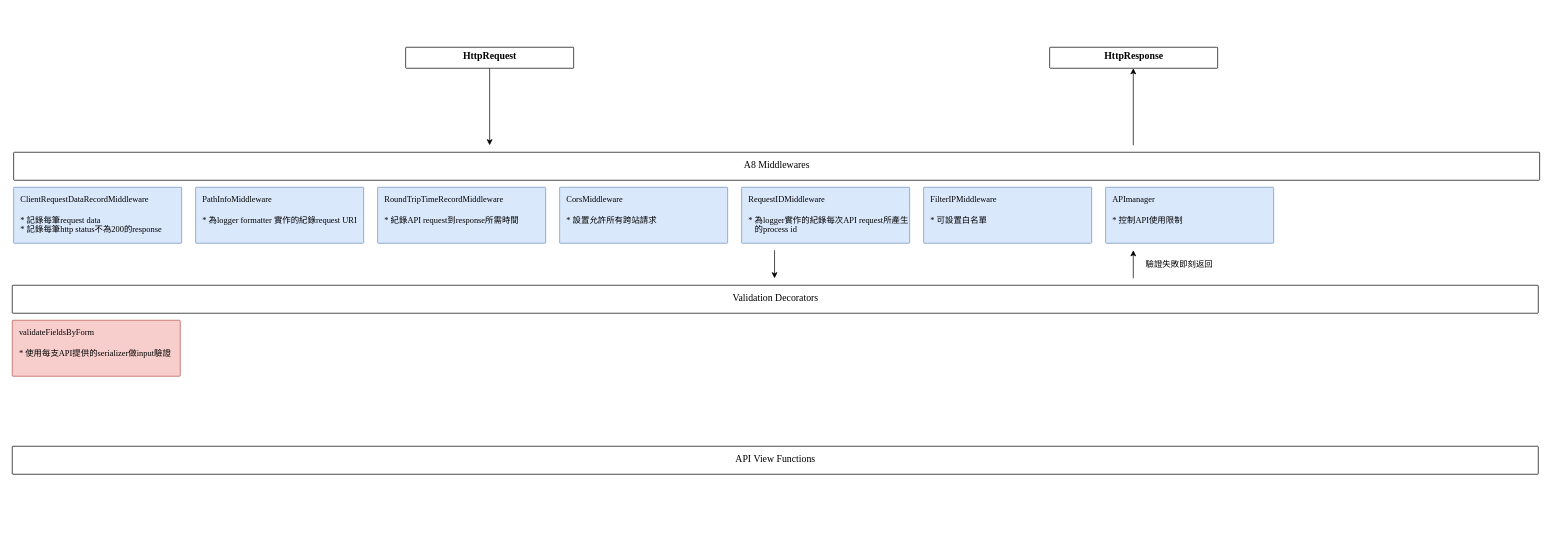
Before: page "Page-1" (1 of 2) of A8 Diagram.drawio in arthurhung/A8_diagram, a draw.io diagram. Source tidied: cells renumbered, new cells numbered last; positions are measured from the earlier drawing's top-left corner, leaving out a move shared by most shapes. Both pictures are drawn from the tidied source at 70%, with x=0, y=0 at pixel (12, 47).
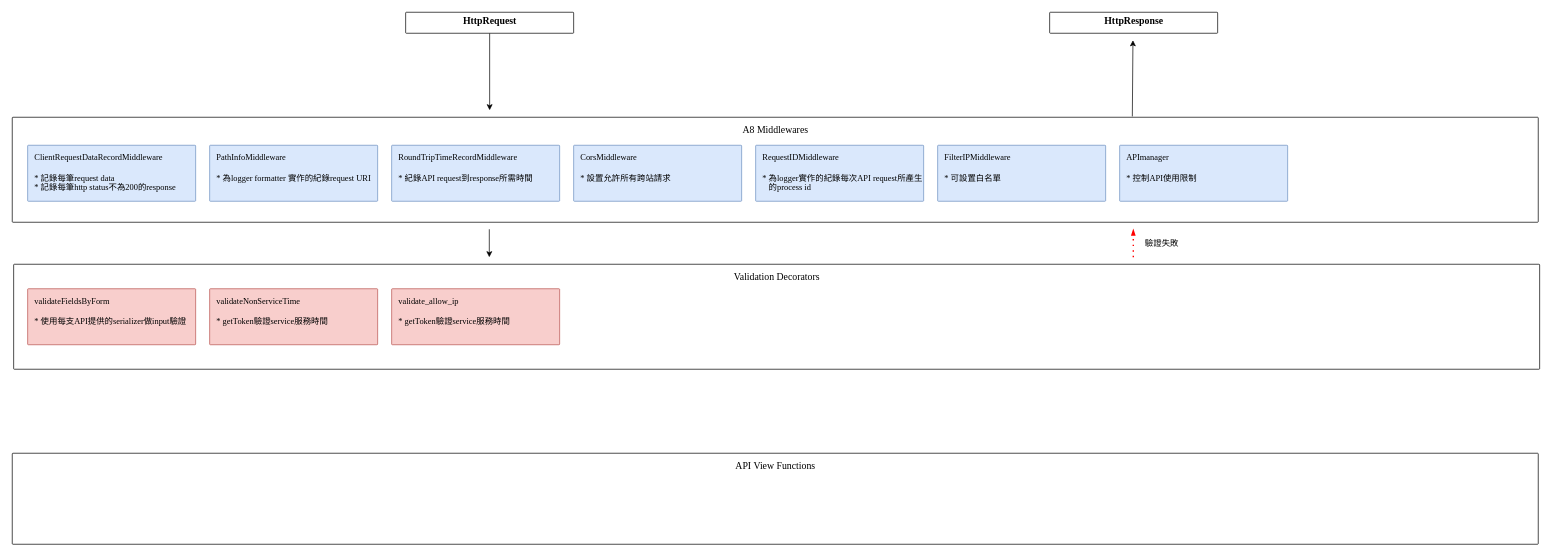
The same page after the edit.

Change to the diagram source:
```diff
@@
     <mxCell id="2" style="edgeStyle=none;rounded=0;jettySize=auto;html=1;" parent="1" edge="1" source="3">
       <mxGeometry relative="1" as="geometry">
-        <mxPoint x="682" y="140" as="targetPoint" />
+        <mxPoint x="682" y="90" as="targetPoint" />
       </mxGeometry>
     </mxCell>
     <mxCell id="3" value="&lt;div&gt;&lt;b style=&quot;font-family: &amp;#34;times new roman&amp;#34;&quot;&gt;&lt;font style=&quot;font-size: 14px&quot;&gt;HttpRequest&lt;/font&gt;&lt;/b&gt;&lt;/div&gt;" style="points=[[0,0,0],[0.25,0,0],[0.5,0,0],[0.75,0,0],[1,0,0],[1,0.25,0],[1,0.5,0],[1,0.75,0],[1,1,0],[0.75,1,0],[0.5,1,0],[0.25,1,0],[0,1,0],[0,0.75,0],[0,0.5,0],[0,0.25,0]];rounded=1;absoluteArcSize=1;arcSize=2;html=1;shadow=0;dashed=0;fontSize=12;align=center;verticalAlign=middle;spacing=10;spacingTop=-4;" parent="1" vertex="1">
-      <mxGeometry x="562" width="240" height="30" as="geometry" />
+      <mxGeometry x="562" y="-50" width="240" height="30" as="geometry" />
     </mxCell>
     <mxCell id="4" value="&lt;font&gt;&lt;font style=&quot;font-size: 14px&quot;&gt;A8 Middlewares&lt;/font&gt;&lt;br&gt;&lt;/font&gt;" style="points=[[0,0,0],[0.25,0,0],[0.5,0,0],[0.75,0,0],[1,0,0],[1,0.25,0],[1,0.5,0],[1,0.75,0],[1,1,0],[0.75,1,0],[0.5,1,0],[0.25,1,0],[0,1,0],[0,0.75,0],[0,0.5,0],[0,0.25,0]];rounded=1;absoluteArcSize=1;arcSize=2;html=1;shadow=0;dashed=0;fontSize=12;align=center;verticalAlign=top;spacing=10;spacingTop=-4;fontFamily=Times New Roman;" parent="1" vertex="1">
-      <mxGeometry x="2" y="150" width="2180" height="40" as="geometry" />
+      <mxGeometry y="100" width="2180" height="150" as="geometry" />
     </mxCell>
     <mxCell id="5" value="ClientRequestDataRecordMiddleware&lt;br&gt;&lt;br&gt;* 記錄每筆request data&lt;br&gt;* 記錄每筆http status不為200的response" style="rounded=1;absoluteArcSize=1;arcSize=2;html=1;shadow=0;dashed=0;fontSize=12;align=left;verticalAlign=top;spacing=10;spacingTop=-4;fillColor=#dae8fc;strokeColor=#6c8ebf;fontFamily=Times New Roman;" parent="1" vertex="1">
-      <mxGeometry x="2" y="200" width="240" height="80" as="geometry" />
+      <mxGeometry x="22" y="140" width="240" height="80" as="geometry" />
     </mxCell>
-    <mxCell id="6" style="edgeStyle=none;rounded=0;orthogonalLoop=1;jettySize=auto;html=1;" parent="1" edge="1">
+    <mxCell id="6" style="edgeStyle=none;rounded=0;jettySize=auto;html=1;exitX=0.734;exitY=-0.008;exitDx=0;exitDy=0;exitPerimeter=0;" parent="1" edge="1" source="4">
       <mxGeometry relative="1" as="geometry">
-        <mxPoint x="1601.5" y="140" as="sourcePoint" />
-        <mxPoint x="1601.5" y="30" as="targetPoint" />
+        <mxPoint x="1601" y="-10" as="targetPoint" />
       </mxGeometry>
     </mxCell>
     <mxCell id="7" value="&lt;div&gt;&lt;b style=&quot;font-family: &amp;#34;times new roman&amp;#34;&quot;&gt;&lt;font style=&quot;font-size: 14px&quot;&gt;HttpResponse&lt;/font&gt;&lt;/b&gt;&lt;/div&gt;" style="rounded=1;absoluteArcSize=1;arcSize=2;html=1;shadow=0;dashed=0;fontSize=12;align=center;verticalAlign=middle;spacing=10;spacingTop=-4;" parent="1" vertex="1">
-      <mxGeometry x="1482" width="240" height="30" as="geometry" />
+      <mxGeometry x="1482" y="-50" width="240" height="30" as="geometry" />
     </mxCell>
     <mxCell id="8" value="PathInfoMiddleware&lt;br&gt;&lt;br&gt;* 為logger formatter 實作的紀錄request URI" style="rounded=1;absoluteArcSize=1;arcSize=2;html=1;shadow=0;dashed=0;fontSize=12;align=left;verticalAlign=top;spacing=10;spacingTop=-4;fillColor=#dae8fc;strokeColor=#6c8ebf;fontFamily=Times New Roman;" parent="1" vertex="1">
-      <mxGeometry x="262" y="200" width="240" height="80" as="geometry" />
+      <mxGeometry x="282" y="140" width="240" height="80" as="geometry" />
     </mxCell>
     <mxCell id="9" value="RoundTripTimeRecordMiddleware&lt;br&gt;&lt;br&gt;* 紀錄API request到response所需時間" style="rounded=1;absoluteArcSize=1;arcSize=2;html=1;shadow=0;dashed=0;fontSize=12;align=left;verticalAlign=top;spacing=10;spacingTop=-4;fillColor=#dae8fc;strokeColor=#6c8ebf;fontFamily=Times New Roman;" parent="1" vertex="1">
-      <mxGeometry x="522" y="200" width="240" height="80" as="geometry" />
+      <mxGeometry x="542" y="140" width="240" height="80" as="geometry" />
     </mxCell>
     <mxCell id="10" value="CorsMiddleware&lt;br&gt;&lt;br&gt;* 設置允許所有跨站請求" style="rounded=1;absoluteArcSize=1;arcSize=2;html=1;shadow=0;dashed=0;fontSize=12;align=left;verticalAlign=top;spacing=10;spacingTop=-4;fillColor=#dae8fc;strokeColor=#6c8ebf;fontFamily=Times New Roman;" parent="1" vertex="1">
-      <mxGeometry x="782" y="200" width="240" height="80" as="geometry" />
+      <mxGeometry x="802" y="140" width="240" height="80" as="geometry" />
     </mxCell>
     <mxCell id="11" value="RequestIDMiddleware&lt;br&gt;&lt;br&gt;* 為logger實作的紀錄每次API request所產生&lt;br&gt;&amp;nbsp; &amp;nbsp;的process id" style="rounded=1;absoluteArcSize=1;arcSize=2;html=1;shadow=0;dashed=0;fontSize=12;align=left;verticalAlign=top;spacing=10;spacingTop=-4;fillColor=#dae8fc;strokeColor=#6c8ebf;fontFamily=Times New Roman;" parent="1" vertex="1">
-      <mxGeometry x="1042" y="200" width="240" height="80" as="geometry" />
+      <mxGeometry x="1062" y="140" width="240" height="80" as="geometry" />
     </mxCell>
     <mxCell id="12" value="FilterIPMiddleware&lt;br&gt;&lt;br&gt;* 可設置白名單" style="rounded=1;absoluteArcSize=1;arcSize=2;html=1;shadow=0;dashed=0;fontSize=12;align=left;verticalAlign=top;spacing=10;spacingTop=-4;fillColor=#dae8fc;strokeColor=#6c8ebf;fontFamily=Times New Roman;" parent="1" vertex="1">
-      <mxGeometry x="1302" y="200" width="240" height="80" as="geometry" />
+      <mxGeometry x="1322" y="140" width="240" height="80" as="geometry" />
     </mxCell>
     <mxCell id="13" value="APImanager&lt;br&gt;&lt;br&gt;* 控制API使用限制" style="rounded=1;absoluteArcSize=1;arcSize=2;html=1;shadow=0;dashed=0;fontSize=12;align=left;verticalAlign=top;spacing=10;spacingTop=-4;fillColor=#dae8fc;strokeColor=#6c8ebf;fontFamily=Times New Roman;" parent="1" vertex="1">
-      <mxGeometry x="1562" y="200" width="240" height="80" as="geometry" />
+      <mxGeometry x="1582" y="140" width="240" height="80" as="geometry" />
     </mxCell>
     <mxCell id="14" value="&lt;font&gt;&lt;span style=&quot;font-size: 14px&quot;&gt;API View Functions&lt;/span&gt;&lt;br&gt;&lt;/font&gt;" style="rounded=1;absoluteArcSize=1;arcSize=2;html=1;shadow=0;dashed=0;fontSize=12;align=center;verticalAlign=top;spacing=10;spacingTop=-4;fontFamily=Times New Roman;" parent="1" vertex="1">
-      <mxGeometry y="570" width="2180" height="40" as="geometry" />
+      <mxGeometry y="580" width="2180" height="130" as="geometry" />
     </mxCell>
     <mxCell id="15" value="&lt;font&gt;&lt;span style=&quot;font-size: 14px&quot;&gt;Validation Decorators&lt;/span&gt;&lt;br&gt;&lt;/font&gt;" style="rounded=1;absoluteArcSize=1;arcSize=2;html=1;shadow=0;dashed=0;fontSize=12;align=center;verticalAlign=top;spacing=10;spacingTop=-4;fontFamily=Times New Roman;" parent="1" vertex="1">
-      <mxGeometry y="340" width="2180" height="40" as="geometry" />
+      <mxGeometry x="2" y="310" width="2180" height="150" as="geometry" />
     </mxCell>
     <mxCell id="16" style="edgeStyle=none;rounded=0;orthogonalLoop=1;jettySize=auto;html=1;" parent="1" edge="1">
       <mxGeometry relative="1" as="geometry">
-        <mxPoint x="1089" y="290" as="sourcePoint" />
-        <mxPoint x="1089" y="330" as="targetPoint" />
+        <mxPoint x="681.5" y="260" as="sourcePoint" />
+        <mxPoint x="681.5" y="300" as="targetPoint" />
       </mxGeometry>
     </mxCell>
     <mxCell id="17" value="validateFieldsByForm&lt;br&gt;&lt;br&gt;* 使用每支API提供的serializer做input驗證" style="rounded=1;absoluteArcSize=1;arcSize=2;html=1;shadow=0;dashed=0;fontSize=12;align=left;verticalAlign=top;spacing=10;spacingTop=-4;fillColor=#f8cecc;strokeColor=#b85450;fontFamily=Times New Roman;" parent="1" vertex="1">
-      <mxGeometry y="390" width="240" height="80" as="geometry" />
+      <mxGeometry x="22" y="345" width="240" height="80" as="geometry" />
     </mxCell>
-    <mxCell id="18" style="edgeStyle=none;rounded=0;orthogonalLoop=1;jettySize=auto;html=1;" parent="1" edge="1">
-      <mxGeometry relative="1" as="geometry">
-        <mxPoint x="1601.5" y="330" as="sourcePoint" />
-        <mxPoint x="1601.5" y="290" as="targetPoint" />
-      </mxGeometry>
-    </mxCell>
-    <mxCell id="19" value="驗證失敗即刻返回" style="text;html=1;align=center;verticalAlign=middle;fillColor=none;strokeColor=none;rounded=0;fontFamily=Times New Roman;" parent="1" vertex="1">
-      <mxGeometry x="1612" y="300" width="110" height="20" as="geometry" />
+    <mxCell id="19" value="驗證失敗" style="text;html=1;align=center;verticalAlign=middle;fillColor=none;strokeColor=none;rounded=0;fontFamily=Times New Roman;" parent="1" vertex="1">
+      <mxGeometry x="1612" y="270" width="60" height="20" as="geometry" />
     </mxCell>
+    <mxCell id="20" style="edgeStyle=orthogonalEdgeStyle;fontSize=12;html=1;endArrow=blockThin;endFill=1;rounded=0;strokeWidth=2;endSize=4;startSize=4;dashed=1;dashPattern=1 3;strokeColor=#FF0000;" parent="1" edge="1">
+      <mxGeometry relative="1" as="geometry">
+        <mxPoint x="1601.5" y="300" as="sourcePoint" />
+        <mxPoint x="1601.5" y="260" as="targetPoint" />
+      </mxGeometry>
+    </mxCell>
+    <mxCell id="21" value="validateNonServiceTime&lt;br&gt;&lt;br&gt;* getToken驗證service服務時間" style="rounded=1;absoluteArcSize=1;arcSize=2;html=1;shadow=0;dashed=0;fontSize=12;align=left;verticalAlign=top;spacing=10;spacingTop=-4;fillColor=#f8cecc;strokeColor=#b85450;fontFamily=Times New Roman;" parent="1" vertex="1">
+      <mxGeometry x="282" y="345" width="240" height="80" as="geometry" />
+    </mxCell>
+    <mxCell id="22" value="validate_allow_ip&lt;br&gt;&lt;br&gt;* getToken驗證service服務時間" style="rounded=1;absoluteArcSize=1;arcSize=2;html=1;shadow=0;dashed=0;fontSize=12;align=left;verticalAlign=top;spacing=10;spacingTop=-4;fillColor=#f8cecc;strokeColor=#b85450;fontFamily=Times New Roman;" parent="1" vertex="1">
+      <mxGeometry x="542" y="345" width="240" height="80" as="geometry" />
+    </mxCell>
```
